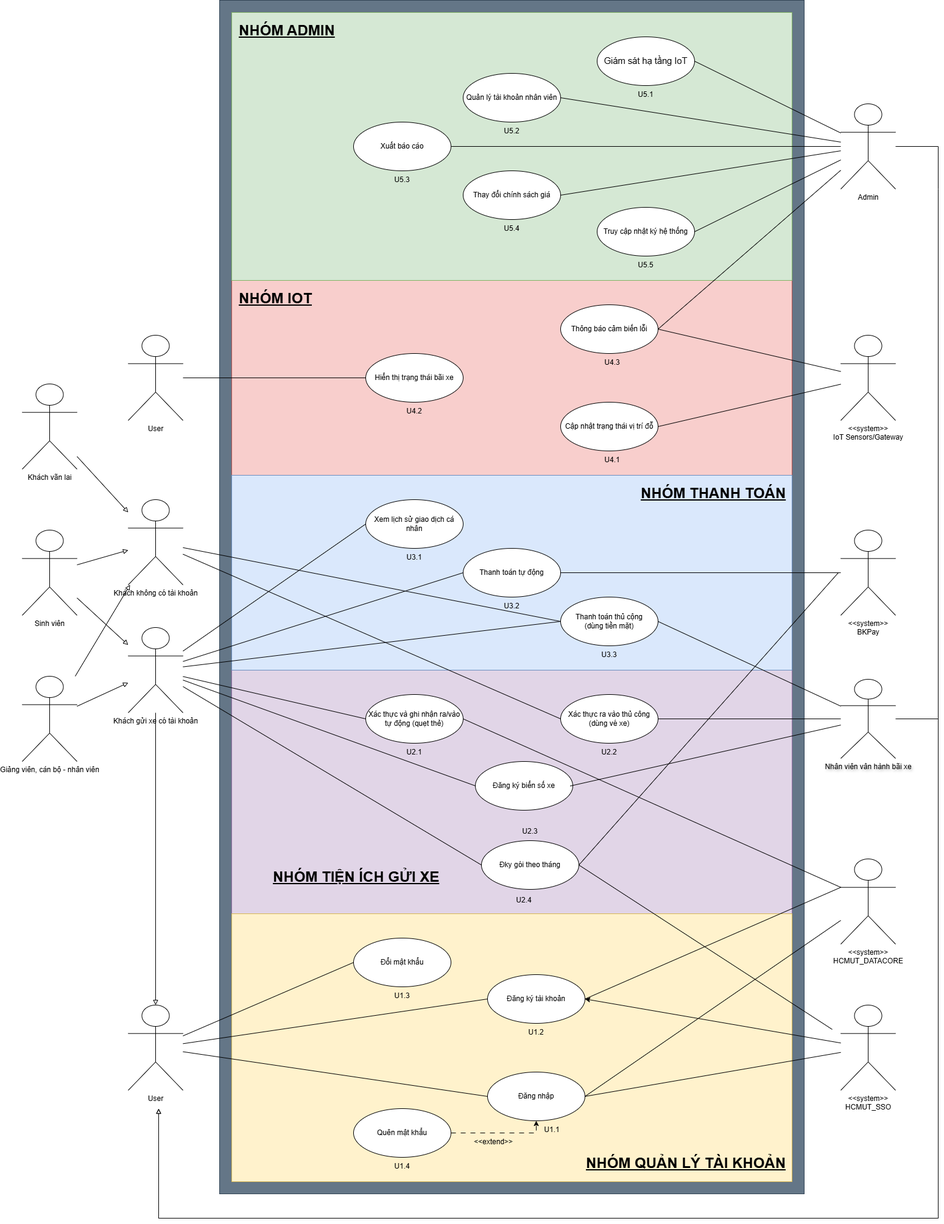
Before: LaTex/pictures/usecase_diagram.png, a diagram exported from draw.io (KTX-0711/Software-Engineering-Assignment-HK252). Source tidied: cells renumbered, new cells last; positions are measured from the earlier drawing's top-left corner, leaving out a move shared by most shapes.
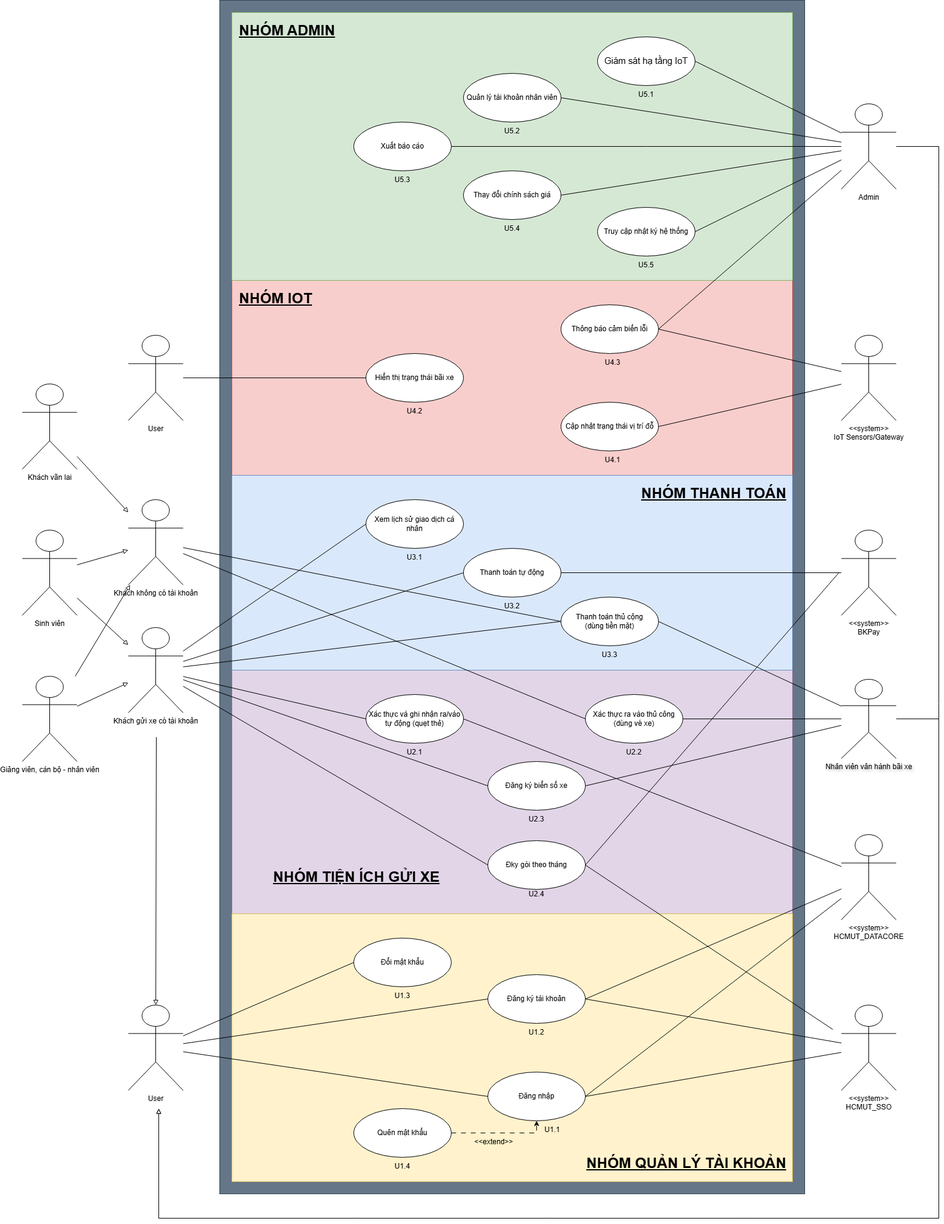
After the change.

Commit message:
tổng hợp

Diff of the diagram source:
```diff
@@ -33,13 +33,13 @@
       <mxGeometry x="884" y="500" width="160" height="80" as="geometry" />
     </mxCell>
     <mxCell id="12" value="Đky gói theo tháng" style="shape=ellipse;whiteSpace=wrap;html=1;backgroundOutline=1;" parent="1" vertex="1">
-      <mxGeometry x="754" y="1380" width="160" height="80" as="geometry" />
+      <mxGeometry x="764" y="1380" width="160" height="80" as="geometry" />
     </mxCell>
     <mxCell id="13" value="Đăng nhập" style="shape=ellipse;whiteSpace=wrap;html=1;backgroundOutline=1;" parent="1" vertex="1">
       <mxGeometry x="764" y="1760" width="160" height="80" as="geometry" />
     </mxCell>
     <mxCell id="14" value="Đăng ký biển số xe" style="shape=ellipse;whiteSpace=wrap;html=1;backgroundOutline=1;" parent="1" vertex="1">
-      <mxGeometry x="744" y="1250" width="160" height="80" as="geometry" />
+      <mxGeometry x="764" y="1250" width="160" height="80" as="geometry" />
     </mxCell>
     <mxCell id="15" value="Đăng ký tài khoản" style="shape=ellipse;whiteSpace=wrap;html=1;backgroundOutline=1;" parent="1" vertex="1">
       <mxGeometry x="764" y="1600" width="160" height="80" as="geometry" />
@@ -57,7 +57,7 @@
       <mxGeometry x="544" y="200" width="160" height="80" as="geometry" />
     </mxCell>
     <mxCell id="20" value="&amp;lt;&amp;lt;system&amp;gt;&amp;gt;&lt;br&gt;HCMUT_DATACORE" style="shape=umlActor;verticalLabelPosition=bottom;verticalAlign=top;html=1;outlineConnect=0;" parent="1" vertex="1">
-      <mxGeometry x="1344" y="1410" width="90" height="140" as="geometry" />
+      <mxGeometry x="1344" y="1370" width="90" height="140" as="geometry" />
     </mxCell>
     <mxCell id="21" value="&lt;div&gt;&amp;lt;&amp;lt;system&amp;gt;&amp;gt;&lt;/div&gt;BKPay" style="shape=umlActor;verticalLabelPosition=bottom;verticalAlign=top;html=1;outlineConnect=0;" parent="1" vertex="1">
       <mxGeometry x="1344" y="870" width="90" height="140" as="geometry" />
@@ -85,7 +85,7 @@
       <mxGeometry x="564" y="1140" width="160" height="80" as="geometry" />
     </mxCell>
     <mxCell id="28" value="Xác thực ra vào thủ công&lt;div&gt;(dùng vé xe)&lt;/div&gt;" style="shape=ellipse;whiteSpace=wrap;html=1;backgroundOutline=1;" parent="1" vertex="1">
-      <mxGeometry x="884" y="1140" width="160" height="80" as="geometry" />
+      <mxGeometry x="924" y="1140" width="160" height="80" as="geometry" />
     </mxCell>
     <mxCell id="29" value="Thanh toán thủ cộng&lt;div&gt;(dùng tiền mặt)&lt;/div&gt;" style="shape=ellipse;whiteSpace=wrap;html=1;backgroundOutline=1;" parent="1" vertex="1">
       <mxGeometry x="884" y="980" width="160" height="80" as="geometry" />
@@ -99,8 +99,10 @@
     <mxCell id="32" value="Khách gửi xe có tài khoản" style="shape=umlActor;verticalLabelPosition=bottom;verticalAlign=top;html=1;outlineConnect=0;" parent="1" vertex="1">
       <mxGeometry x="174" y="1030" width="90" height="140" as="geometry" />
     </mxCell>
-    <mxCell id="33" style="endArrow=block;html=1;rounded=0;endFill=0;" parent="1" edge="1" source="32" target="30">
-      <mxGeometry relative="1" as="geometry" />
+    <mxCell id="33" style="endArrow=block;html=1;rounded=0;endFill=0;" parent="1" edge="1" target="30">
+      <mxGeometry relative="1" as="geometry">
+        <mxPoint x="220" y="1210" as="sourcePoint" />
+      </mxGeometry>
     </mxCell>
     <mxCell id="34" style="endArrow=none;html=1;rounded=0;entryX=0;entryY=0.5;entryDx=0;entryDy=0;" parent="1" edge="1" source="30" target="24">
       <mxGeometry relative="1" as="geometry" />
@@ -159,7 +161,7 @@
     <mxCell id="52" style="endArrow=none;html=1;rounded=0;exitX=1;exitY=0.5;exitDx=0;exitDy=0;" parent="1" edge="1" source="29" target="51">
       <mxGeometry relative="1" as="geometry" />
     </mxCell>
-    <mxCell id="53" style="endArrow=none;html=1;rounded=0;entryX=0.973;entryY=0.503;entryDx=0;entryDy=0;entryPerimeter=0;" parent="1" edge="1" source="51" target="14">
+    <mxCell id="53" style="endArrow=none;html=1;rounded=0;entryX=1;entryY=0.5;entryDx=0;entryDy=0;" parent="1" edge="1" source="51" target="14">
       <mxGeometry relative="1" as="geometry" />
     </mxCell>
     <mxCell id="54" style="endArrow=none;html=1;rounded=0;exitX=1;exitY=0.5;exitDx=0;exitDy=0;" parent="1" edge="1" source="44" target="21">
@@ -283,13 +285,13 @@
       <mxGeometry x="614" y="1220" width="60" height="30" as="geometry" />
     </mxCell>
     <mxCell id="89" value="U2.2" style="text;html=1;whiteSpace=wrap;strokeColor=none;fillColor=none;align=center;verticalAlign=middle;rounded=0;" parent="1" vertex="1">
-      <mxGeometry x="934" y="1220" width="60" height="30" as="geometry" />
+      <mxGeometry x="974" y="1220" width="60" height="30" as="geometry" />
     </mxCell>
     <mxCell id="90" value="U2.3" style="text;html=1;whiteSpace=wrap;strokeColor=none;fillColor=none;align=center;verticalAlign=middle;rounded=0;" parent="1" vertex="1">
-      <mxGeometry x="804" y="1350" width="60" height="30" as="geometry" />
+      <mxGeometry x="814" y="1330" width="60" height="30" as="geometry" />
     </mxCell>
     <mxCell id="91" value="U2.4&lt;div&gt;&lt;br&gt;&lt;/div&gt;" style="text;html=1;whiteSpace=wrap;strokeColor=none;fillColor=none;align=center;verticalAlign=middle;rounded=0;" parent="1" vertex="1">
-      <mxGeometry x="794" y="1470" width="60" height="30" as="geometry" />
+      <mxGeometry x="814" y="1460" width="60" height="30" as="geometry" />
     </mxCell>
     <mxCell id="92" value="U1.3" style="text;html=1;whiteSpace=wrap;strokeColor=none;fillColor=none;align=center;verticalAlign=middle;rounded=0;" parent="1" vertex="1">
       <mxGeometry x="594" y="1620" width="60" height="30" as="geometry" />
@@ -306,7 +308,7 @@
     <mxCell id="96" style="endArrow=none;html=1;rounded=0;entryX=0;entryY=0.5;entryDx=0;entryDy=0;" parent="1" edge="1" source="99" target="64">
       <mxGeometry relative="1" as="geometry" />
     </mxCell>
-    <mxCell id="97" style="endArrow=none;html=1;rounded=0;entryX=1;entryY=0.5;entryDx=0;entryDy=0;exitX=0;exitY=0.3333333333333333;exitDx=0;exitDy=0;exitPerimeter=0;" parent="1" edge="1" source="20" target="15">
+    <mxCell id="97" style="endArrow=none;html=1;rounded=0;entryX=1;entryY=0.5;entryDx=0;entryDy=0;" parent="1" edge="1" source="20" target="15">
       <mxGeometry relative="1" as="geometry" />
     </mxCell>
     <mxCell id="98" style="endArrow=none;html=1;rounded=0;entryX=1;entryY=0.5;entryDx=0;entryDy=0;" parent="1" edge="1" source="55" target="11">
@@ -318,9 +320,6 @@
     <mxCell id="100" style="endArrow=none;html=1;rounded=0;entryX=1;entryY=0.5;entryDx=0;entryDy=0;" parent="1" edge="1" source="20" target="13">
       <mxGeometry relative="1" as="geometry" />
     </mxCell>
-    <mxCell id="101" style="endArrow=classic;html=1;rounded=0;entryX=1;entryY=0.5;entryDx=0;entryDy=0;" parent="1" edge="1" source="22" target="15">
-      <mxGeometry relative="1" as="geometry" />
-    </mxCell>
     <mxCell id="102" style="endArrow=none;html=1;rounded=0;exitX=1;exitY=0.5;exitDx=0;exitDy=0;" parent="1" edge="1" source="12">
       <mxGeometry relative="1" as="geometry">
         <mxPoint x="1340" y="940" as="targetPoint" />
@@ -331,8 +330,11 @@
         <mxPoint x="1330" y="1690" as="targetPoint" />
       </mxGeometry>
     </mxCell>
-    <mxCell id="104" style="endArrow=none;html=1;rounded=0;entryX=1;entryY=0.5;entryDx=0;entryDy=0;exitX=0;exitY=0.3333333333333333;exitDx=0;exitDy=0;exitPerimeter=0;" parent="1" edge="1" source="20" target="27">
+    <mxCell id="104" style="endArrow=none;html=1;rounded=0;entryX=1;entryY=0.5;entryDx=0;entryDy=0;" parent="1" edge="1" source="20" target="27">
       <mxGeometry relative="1" as="geometry" />
     </mxCell>
+    <mxCell id="101" style="endArrow=none;html=1;rounded=0;entryX=1;entryY=0.5;entryDx=0;entryDy=0;" parent="1" edge="1" source="22" target="15">
+      <mxGeometry relative="1" as="geometry" />
+    </mxCell>
   </root>
 </mxGraphModel>
```
